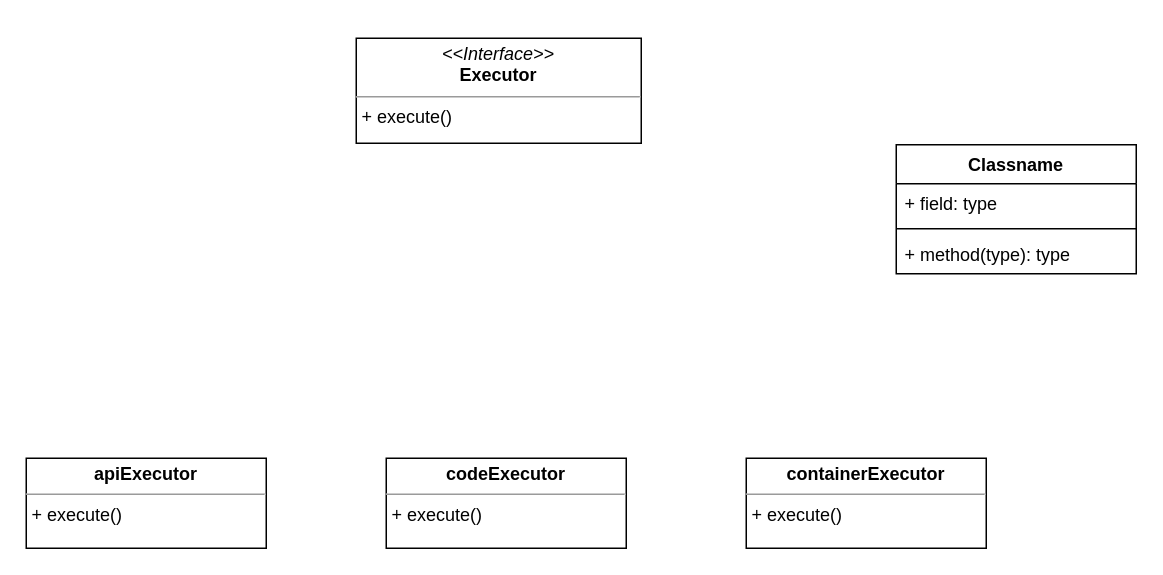
Before: 执行模块类图.drawio in tianshengdiwangK/common, a draw.io diagram. Source tidied: cells renumbered, new cells numbered last; positions are measured from the earlier drawing's top-left corner, leaving out a move shared by most shapes. Both pictures are drawn from the tidied source at 150%, with x=0, y=0 at pixel (26, 38).
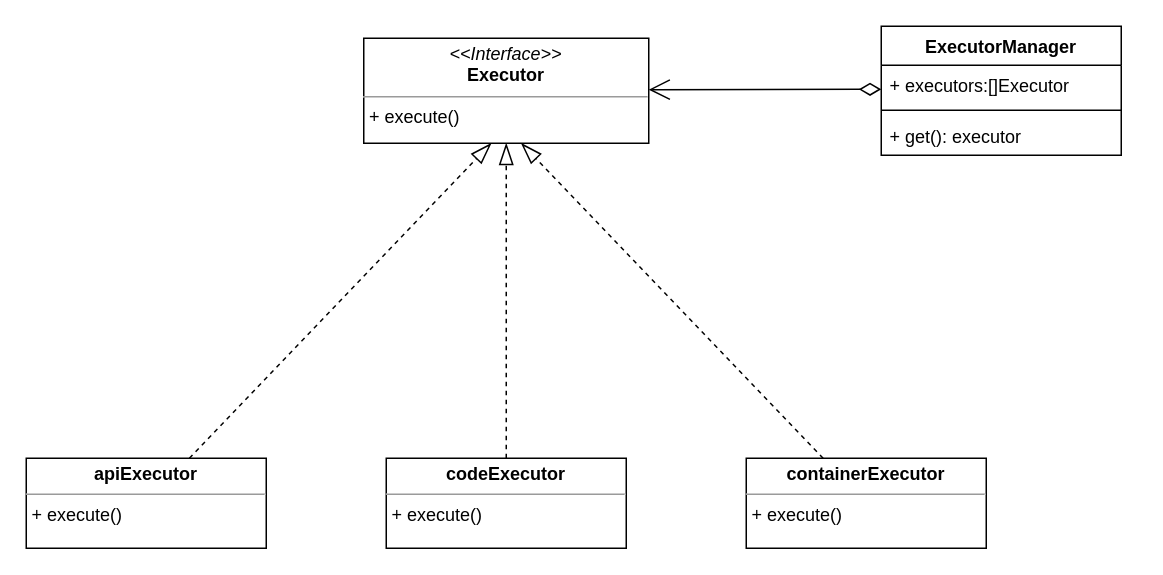
The same diagram, later.

Commit message (it also covers changes not shown here):
更新执行模块类图.drawio

The edit, as a diff of the source:
```diff
@@
 <mxGraphModel>
   <root>
     <mxCell id="0" />
     <mxCell id="1" parent="0" />
+    <mxCell id="10" style="rounded=0;jettySize=auto;html=1;dashed=1;endArrow=blockThin;endFill=0;endSize=12;" parent="1" edge="1" source="2">
+      <mxGeometry relative="1" as="geometry">
+        <mxPoint x="310" y="70" as="targetPoint" />
+      </mxGeometry>
+    </mxCell>
     <mxCell id="2" value="&lt;p style=&quot;margin:0px;margin-top:4px;text-align:center;&quot;&gt;&lt;b&gt;apiExecutor&lt;/b&gt;&lt;/p&gt;&lt;hr size=&quot;1&quot;&gt;&lt;p style=&quot;margin:0px;margin-left:4px;&quot;&gt;+ execute()&lt;/p&gt;" style="verticalAlign=top;align=left;overflow=fill;fontSize=12;fontFamily=Helvetica;html=1;whiteSpace=wrap;" parent="1" vertex="1">
       <mxGeometry y="280" width="160" height="60" as="geometry" />
     </mxCell>
+    <mxCell id="11" style="edgeStyle=orthogonalEdgeStyle;rounded=0;jettySize=auto;html=1;dashed=1;endArrow=blockThin;endFill=0;endSize=12;" parent="1" edge="1" source="3">
+      <mxGeometry relative="1" as="geometry">
+        <mxPoint x="320" y="70" as="targetPoint" />
+      </mxGeometry>
+    </mxCell>
     <mxCell id="3" value="&lt;p style=&quot;margin:0px;margin-top:4px;text-align:center;&quot;&gt;&lt;b&gt;codeExecutor&lt;/b&gt;&lt;/p&gt;&lt;hr size=&quot;1&quot;&gt;&lt;p style=&quot;margin:0px;margin-left:4px;&quot;&gt;+ execute()&lt;/p&gt;" style="verticalAlign=top;align=left;overflow=fill;fontSize=12;fontFamily=Helvetica;html=1;whiteSpace=wrap;" parent="1" vertex="1">
       <mxGeometry x="240" y="280" width="160" height="60" as="geometry" />
     </mxCell>
-    <mxCell id="4" value="Classname" style="swimlane;fontStyle=1;align=center;verticalAlign=top;horizontal=1;startSize=26;whiteSpace=wrap;html=1;" parent="1" vertex="1">
-      <mxGeometry x="580" y="71" width="160" height="86" as="geometry" />
-    </mxCell>
-    <mxCell id="5" value="+ field: type" style="text;strokeColor=none;fillColor=none;align=left;verticalAlign=top;spacingLeft=4;spacingRight=4;overflow=hidden;whiteSpace=wrap;html=1;" parent="4" vertex="1">
-      <mxGeometry y="26" width="160" height="26" as="geometry" />
-    </mxCell>
+    <mxCell id="8" value="&lt;p style=&quot;margin:0px;margin-top:4px;text-align:center;&quot;&gt;&lt;i&gt;&amp;lt;&amp;lt;Interface&amp;gt;&amp;gt;&lt;/i&gt;&lt;br&gt;&lt;b&gt;Executor&lt;/b&gt;&lt;/p&gt;&lt;hr size=&quot;1&quot;&gt;&lt;p style=&quot;margin:0px;margin-left:4px;&quot;&gt;+ execute()&lt;br&gt;&lt;/p&gt;" style="verticalAlign=top;align=left;overflow=fill;fontSize=12;fontFamily=Helvetica;html=1;whiteSpace=wrap;" parent="1" vertex="1">
+      <mxGeometry x="225" width="190" height="70" as="geometry" />
+    </mxCell>
+    <mxCell id="12" style="rounded=0;jettySize=auto;html=1;endSize=12;endArrow=blockThin;endFill=0;dashed=1;" parent="1" edge="1" source="9">
+      <mxGeometry relative="1" as="geometry">
+        <mxPoint x="330" y="70" as="targetPoint" />
+      </mxGeometry>
+    </mxCell>
+    <mxCell id="9" value="&lt;p style=&quot;margin:0px;margin-top:4px;text-align:center;&quot;&gt;&lt;b&gt;containerExecutor&lt;/b&gt;&lt;/p&gt;&lt;hr size=&quot;1&quot;&gt;&lt;p style=&quot;margin:0px;margin-left:4px;&quot;&gt;+ execute()&lt;/p&gt;" style="verticalAlign=top;align=left;overflow=fill;fontSize=12;fontFamily=Helvetica;html=1;whiteSpace=wrap;" parent="1" vertex="1">
+      <mxGeometry x="480" y="280" width="160" height="60" as="geometry" />
+    </mxCell>
+    <mxCell id="13" value="ExecutorManager" style="swimlane;fontStyle=1;align=center;verticalAlign=top;horizontal=1;startSize=26;whiteSpace=wrap;html=1;" parent="1" vertex="1">
+      <mxGeometry x="570" y="-8" width="160" height="86" as="geometry" />
+    </mxCell>
+    <mxCell id="14" value="+ executors:[]Executor" style="text;strokeColor=none;fillColor=none;align=left;verticalAlign=top;spacingLeft=4;spacingRight=4;overflow=hidden;whiteSpace=wrap;html=1;" parent="13" vertex="1">
+      <mxGeometry y="26" width="160" height="26" as="geometry" />
+    </mxCell>
-    <mxCell id="6" style="line;strokeWidth=1;fillColor=none;align=left;verticalAlign=middle;spacingTop=-1;spacingLeft=3;spacingRight=3;labelPosition=right;strokeColor=inherit;" parent="4" vertex="1">
+    <mxCell id="6" style="line;strokeWidth=1;fillColor=none;align=left;verticalAlign=middle;spacingTop=-1;spacingLeft=3;spacingRight=3;labelPosition=right;strokeColor=inherit;" parent="13" vertex="1">
       <mxGeometry y="52" width="160" height="8" as="geometry" />
     </mxCell>
-    <mxCell id="7" value="+ method(type): type" style="text;strokeColor=none;fillColor=none;align=left;verticalAlign=top;spacingLeft=4;spacingRight=4;overflow=hidden;whiteSpace=wrap;html=1;" parent="4" vertex="1">
-      <mxGeometry y="60" width="160" height="26" as="geometry" />
-    </mxCell>
-    <mxCell id="8" value="&lt;p style=&quot;margin:0px;margin-top:4px;text-align:center;&quot;&gt;&lt;i&gt;&amp;lt;&amp;lt;Interface&amp;gt;&amp;gt;&lt;/i&gt;&lt;br&gt;&lt;b&gt;Executor&lt;/b&gt;&lt;/p&gt;&lt;hr size=&quot;1&quot;&gt;&lt;p style=&quot;margin:0px;margin-left:4px;&quot;&gt;+ execute()&lt;br&gt;&lt;/p&gt;" style="verticalAlign=top;align=left;overflow=fill;fontSize=12;fontFamily=Helvetica;html=1;whiteSpace=wrap;" parent="1" vertex="1">
-      <mxGeometry x="220" width="190" height="70" as="geometry" />
-    </mxCell>
-    <mxCell id="9" value="&lt;p style=&quot;margin:0px;margin-top:4px;text-align:center;&quot;&gt;&lt;b&gt;containerExecutor&lt;/b&gt;&lt;/p&gt;&lt;hr size=&quot;1&quot;&gt;&lt;p style=&quot;margin:0px;margin-left:4px;&quot;&gt;+ execute()&lt;/p&gt;" style="verticalAlign=top;align=left;overflow=fill;fontSize=12;fontFamily=Helvetica;html=1;whiteSpace=wrap;" parent="1" vertex="1">
-      <mxGeometry x="480" y="280" width="160" height="60" as="geometry" />
-    </mxCell>
+    <mxCell id="15" value="+ get(): executor" style="text;strokeColor=none;fillColor=none;align=left;verticalAlign=top;spacingLeft=4;spacingRight=4;overflow=hidden;whiteSpace=wrap;html=1;" parent="13" vertex="1">
+      <mxGeometry y="60" width="160" height="26" as="geometry" />
+    </mxCell>
+    <mxCell id="16" style="endArrow=diamondThin;startArrow=open;endFill=0;startFill=0;html=1;rounded=0;endSize=12;startSize=12;" parent="1" edge="1">
+      <mxGeometry relative="1" as="geometry">
+        <mxPoint x="415" y="34.3" as="sourcePoint" />
+        <mxPoint x="570" y="34" as="targetPoint" />
+      </mxGeometry>
+    </mxCell>
   </root>
 </mxGraphModel>
```
